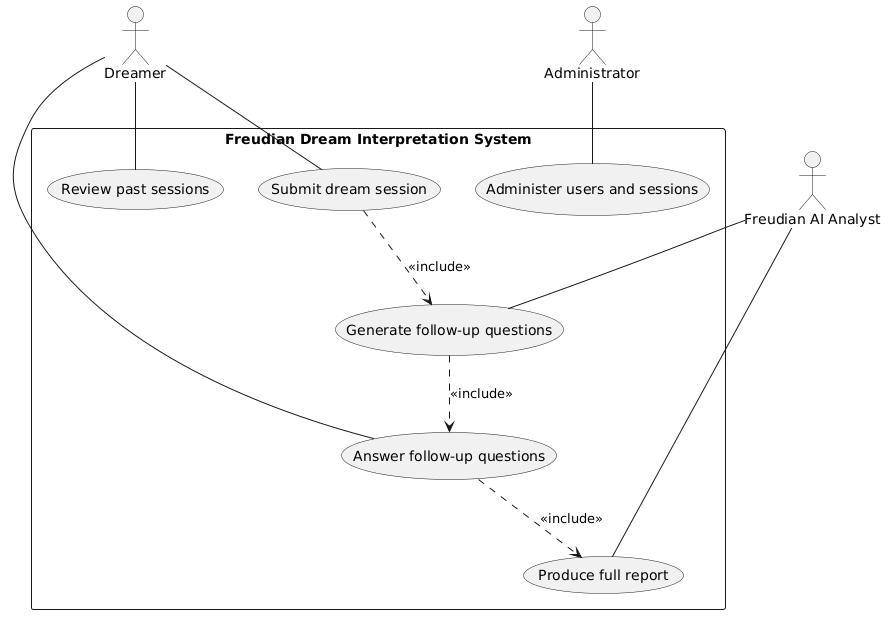
This is artifacts/artifacts/diagrams/use_case_diagram.png from wenda-qi24/dts114CW, a PlantUML export, as it was before one commit.
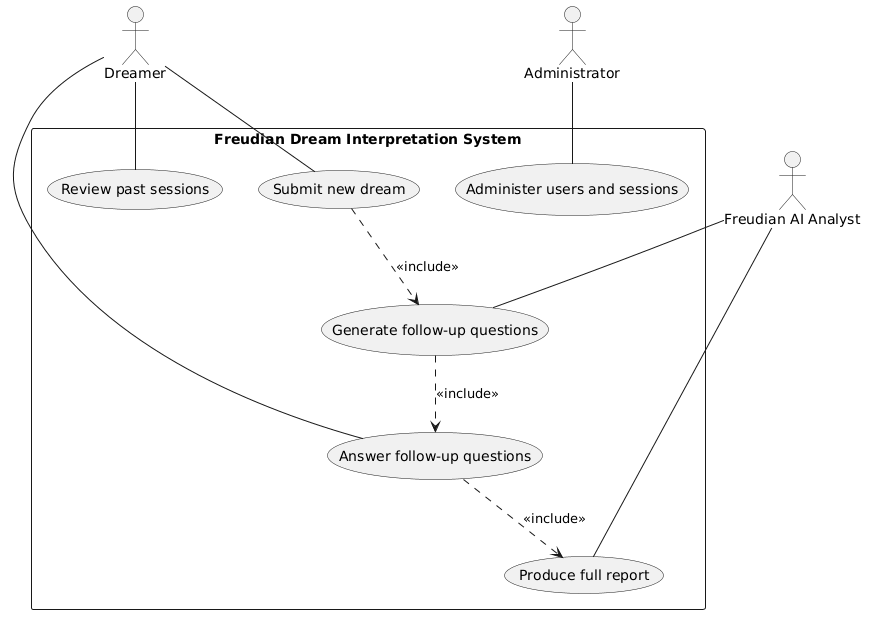
After the commit.

Commit message:
Completed the code to complete the UML diagram

Change to the diagram source:
```diff
@@ -4,24 +4,24 @@
 actor Administrator
 
 rectangle "Freudian Dream Interpretation System" {
-  usecase "Submit dream session" as SubmitDream
-  usecase "Generate follow-up questions" as GenerateQuestions
-  usecase "Answer follow-up questions" as AnswerQuestions
-  usecase "Produce full report" as ProduceReport
-  usecase "Review past sessions" as ReviewSessions
-  usecase "Administer users and sessions" as AdministerSystem
+  usecase "Submit new dream" as SubmitNewDream
+  usecase "Generate follow-up questions" as GenerateFollowUpQuestions
+  usecase "Answer follow-up questions" as AnswerFollowUpQuestions
+  usecase "Produce full report" as ProduceFullReport
+  usecase "Review past sessions" as ReviewPastSessions
+  usecase "Administer users and sessions" as AdministerUsersAndSessions
 }
 
-Dreamer -- SubmitDream
-Dreamer -- AnswerQuestions
-Dreamer -- ReviewSessions
+Dreamer -- SubmitNewDream
+Dreamer -- AnswerFollowUpQuestions
+Dreamer -- ReviewPastSessions
 
-FreudianAIAnalyst -- GenerateQuestions
-FreudianAIAnalyst -- ProduceReport
+FreudianAIAnalyst -- GenerateFollowUpQuestions
+FreudianAIAnalyst -- ProduceFullReport
 
-Administrator -- AdministerSystem
+Administrator -- AdministerUsersAndSessions
 
-SubmitDream ..> GenerateQuestions : <<include>>
-GenerateQuestions ..> AnswerQuestions : <<include>>
-AnswerQuestions ..> ProduceReport : <<include>>
+SubmitNewDream ..> GenerateFollowUpQuestions : <<include>>
+GenerateFollowUpQuestions ..> AnswerFollowUpQuestions : <<include>>
+AnswerFollowUpQuestions ..> ProduceFullReport : <<include>>
 @enduml
```
